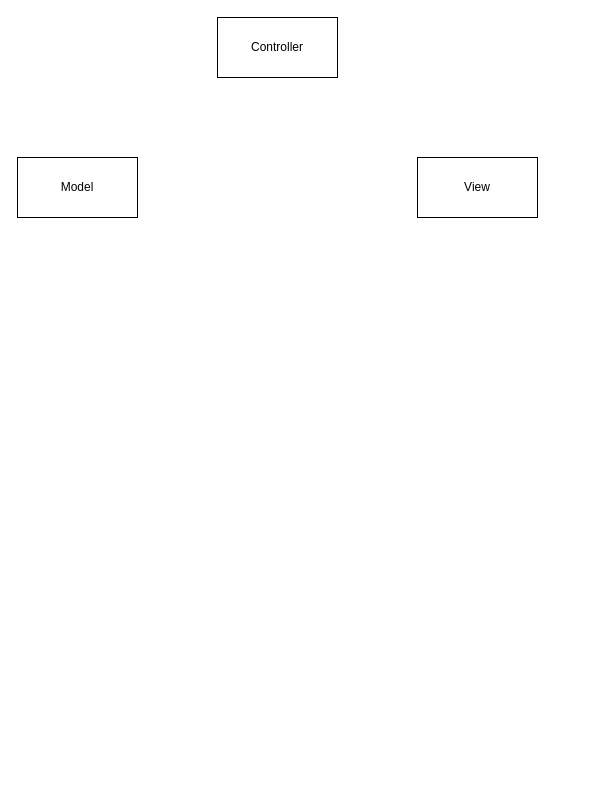
This is FitnessAppArchitecture.drawio from Matasem-h/SimpleFlowcharts, a draw.io file, before an edit. Source tidied: cells renumbered, new cells numbered last; positions are measured from the earlier drawing's top-left corner, leaving out a move shared by most shapes. Both pictures are drawn from the tidied source at 100%, with x=0, y=0 at pixel (17, 17).
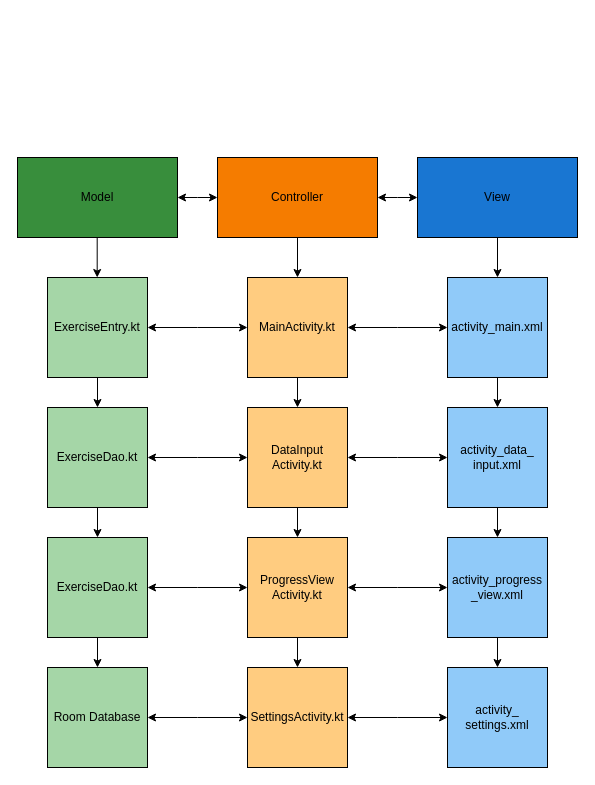
After the change.

What changed in the source:
```diff
@@
-    <mxCell id="2" value="Model" style="rounded=0;whiteSpace=wrap;html=1;" parent="1" vertex="1">
-      <mxGeometry y="140" width="120" height="60" as="geometry" />
+    <mxCell id="2" value="Model" style="rounded=0;whiteSpace=wrap;html=1;fillColor=light-dark(#388E3C,#388E3C);" parent="1" vertex="1">
+      <mxGeometry y="140" width="160" height="80" as="geometry" />
     </mxCell>
+    <mxCell id="5" style="edgeStyle=orthogonalEdgeStyle;rounded=0;jettySize=auto;html=1;" parent="1" edge="1" source="3" target="16">
+      <mxGeometry relative="1" as="geometry" />
+    </mxCell>
-    <mxCell id="3" value="View" style="rounded=0;whiteSpace=wrap;html=1;" parent="1" vertex="1">
-      <mxGeometry x="400" y="140" width="120" height="60" as="geometry" />
+    <mxCell id="3" value="View" style="rounded=0;whiteSpace=wrap;html=1;fillColor=light-dark(#1976D2,#1976D2);" parent="1" vertex="1">
+      <mxGeometry x="400" y="140" width="160" height="80" as="geometry" />
     </mxCell>
+    <mxCell id="6" style="edgeStyle=orthogonalEdgeStyle;rounded=0;jettySize=auto;html=1;" parent="1" edge="1" source="4" target="23">
+      <mxGeometry relative="1" as="geometry" />
+    </mxCell>
-    <mxCell id="4" value="Controller" style="rounded=0;whiteSpace=wrap;html=1;" parent="1" vertex="1">
-      <mxGeometry x="200" width="120" height="60" as="geometry" />
+    <mxCell id="4" value="Controller" style="rounded=0;whiteSpace=wrap;html=1;fillColor=light-dark(#F57C00,#F57C00);" parent="1" vertex="1">
+      <mxGeometry x="200" y="140" width="160" height="80" as="geometry" />
     </mxCell>
+    <mxCell id="7" style="edgeStyle=orthogonalEdgeStyle;rounded=0;jettySize=auto;html=1;" parent="1" edge="1" source="8" target="11">
+      <mxGeometry relative="1" as="geometry" />
+    </mxCell>
+    <mxCell id="8" value="ExerciseEntry.kt" style="whiteSpace=wrap;html=1;fillColor=light-dark(#A5D6A7,#A5D6A7);" parent="1" vertex="1">
+      <mxGeometry x="30" y="260" width="100" height="100" as="geometry" />
+    </mxCell>
+    <mxCell id="9" style="endArrow=classic;html=1;rounded=0;exitX=0.5;exitY=1;exitDx=0;exitDy=0;" parent="1" edge="1">
+      <mxGeometry relative="1" as="geometry">
+        <mxPoint x="79.7" y="220" as="sourcePoint" />
+        <mxPoint x="79.7" y="260" as="targetPoint" />
+      </mxGeometry>
+    </mxCell>
+    <mxCell id="10" style="edgeStyle=orthogonalEdgeStyle;rounded=0;jettySize=auto;html=1;" parent="1" edge="1" source="11" target="13">
+      <mxGeometry relative="1" as="geometry" />
+    </mxCell>
+    <mxCell id="11" value="ExerciseDao.kt" style="whiteSpace=wrap;html=1;fillColor=light-dark(#A5D6A7,#A5D6A7);" parent="1" vertex="1">
+      <mxGeometry x="30" y="390" width="100" height="100" as="geometry" />
+    </mxCell>
+    <mxCell id="12" style="edgeStyle=orthogonalEdgeStyle;rounded=0;jettySize=auto;html=1;" parent="1" edge="1" source="13" target="14">
+      <mxGeometry relative="1" as="geometry" />
+    </mxCell>
+    <mxCell id="13" value="ExerciseDao.kt" style="whiteSpace=wrap;html=1;fillColor=light-dark(#A5D6A7,#A5D6A7);" parent="1" vertex="1">
+      <mxGeometry x="30" y="520" width="100" height="100" as="geometry" />
+    </mxCell>
+    <mxCell id="14" value="Room Database" style="whiteSpace=wrap;html=1;fillColor=light-dark(#A5D6A7,#A5D6A7);" parent="1" vertex="1">
+      <mxGeometry x="30" y="650" width="100" height="100" as="geometry" />
+    </mxCell>
+    <mxCell id="15" style="edgeStyle=orthogonalEdgeStyle;rounded=0;jettySize=auto;html=1;" parent="1" edge="1" source="16" target="18">
+      <mxGeometry relative="1" as="geometry" />
+    </mxCell>
+    <mxCell id="16" value="activity_main.xml" style="whiteSpace=wrap;html=1;fillColor=light-dark(#90CAF9,#90CAF9);" parent="1" vertex="1">
+      <mxGeometry x="430" y="260" width="100" height="100" as="geometry" />
+    </mxCell>
+    <mxCell id="17" style="edgeStyle=orthogonalEdgeStyle;rounded=0;jettySize=auto;html=1;" parent="1" edge="1" source="18" target="20">
+      <mxGeometry relative="1" as="geometry" />
+    </mxCell>
+    <mxCell id="18" value="activity_data_ input.xml" style="whiteSpace=wrap;html=1;fillColor=light-dark(#90CAF9,#90CAF9);" parent="1" vertex="1">
+      <mxGeometry x="430" y="390" width="100" height="100" as="geometry" />
+    </mxCell>
+    <mxCell id="19" style="edgeStyle=orthogonalEdgeStyle;rounded=0;jettySize=auto;html=1;" parent="1" edge="1" source="20" target="21">
+      <mxGeometry relative="1" as="geometry" />
+    </mxCell>
+    <mxCell id="20" value="activity_progress _view.xml" style="whiteSpace=wrap;html=1;fillColor=light-dark(#90CAF9,#90CAF9);" parent="1" vertex="1">
+      <mxGeometry x="430" y="520" width="100" height="100" as="geometry" />
+    </mxCell>
+    <mxCell id="21" value="activity_ settings.xml" style="whiteSpace=wrap;html=1;fillColor=light-dark(#90CAF9,#90CAF9);" parent="1" vertex="1">
+      <mxGeometry x="430" y="650" width="100" height="100" as="geometry" />
+    </mxCell>
+    <mxCell id="22" style="edgeStyle=orthogonalEdgeStyle;rounded=0;jettySize=auto;html=1;" parent="1" edge="1" source="23" target="25">
+      <mxGeometry relative="1" as="geometry" />
+    </mxCell>
+    <mxCell id="23" value="MainActivity.kt" style="whiteSpace=wrap;html=1;fillColor=light-dark(#FFCC80,#FFCC80);" parent="1" vertex="1">
+      <mxGeometry x="230" y="260" width="100" height="100" as="geometry" />
+    </mxCell>
+    <mxCell id="24" style="edgeStyle=orthogonalEdgeStyle;rounded=0;jettySize=auto;html=1;" parent="1" edge="1" source="25" target="27">
+      <mxGeometry relative="1" as="geometry" />
+    </mxCell>
+    <mxCell id="25" value="DataInput Activity.kt" style="whiteSpace=wrap;html=1;fillColor=light-dark(#FFCC80,#FFCC80);" parent="1" vertex="1">
+      <mxGeometry x="230" y="390" width="100" height="100" as="geometry" />
+    </mxCell>
+    <mxCell id="26" style="edgeStyle=orthogonalEdgeStyle;rounded=0;jettySize=auto;html=1;" parent="1" edge="1" source="27" target="28">
+      <mxGeometry relative="1" as="geometry" />
+    </mxCell>
+    <mxCell id="27" value="ProgressView Activity.kt" style="whiteSpace=wrap;html=1;fillColor=light-dark(#FFCC80,#FFCC80);" parent="1" vertex="1">
+      <mxGeometry x="230" y="520" width="100" height="100" as="geometry" />
+    </mxCell>
+    <mxCell id="28" value="SettingsActivity.kt" style="whiteSpace=wrap;html=1;fillColor=light-dark(#FFCC80,#FFCC80);" parent="1" vertex="1">
+      <mxGeometry x="230" y="650" width="100" height="100" as="geometry" />
+    </mxCell>
+    <mxCell id="29" style="edgeStyle=elbowEdgeStyle;rounded=0;elbow=vertical;html=1;labelBackgroundColor=#ffffff;startArrow=classic;startFill=1;startSize=6;endArrow=classic;endFill=1;endSize=6;jettySize=auto;strokeWidth=1;fontSize=14;entryX=0;entryY=0.5;entryDx=0;entryDy=0;exitX=1;exitY=0.5;exitDx=0;exitDy=0;" parent="1" edge="1" source="8" target="23">
+      <mxGeometry relative="1" as="geometry" />
+    </mxCell>
+    <mxCell id="30" style="edgeStyle=elbowEdgeStyle;rounded=0;elbow=vertical;html=1;labelBackgroundColor=#ffffff;startArrow=classic;startFill=1;startSize=6;endArrow=classic;endFill=1;endSize=6;jettySize=auto;strokeWidth=1;fontSize=14;entryX=0;entryY=0.5;entryDx=0;entryDy=0;exitX=1;exitY=0.5;exitDx=0;exitDy=0;" parent="1" edge="1" source="11" target="25">
+      <mxGeometry relative="1" as="geometry" />
+    </mxCell>
+    <mxCell id="31" style="edgeStyle=elbowEdgeStyle;rounded=0;elbow=vertical;html=1;labelBackgroundColor=#ffffff;startArrow=classic;startFill=1;startSize=6;endArrow=classic;endFill=1;endSize=6;jettySize=auto;strokeWidth=1;fontSize=14;entryX=0;entryY=0.5;entryDx=0;entryDy=0;exitX=1;exitY=0.5;exitDx=0;exitDy=0;" parent="1" edge="1" source="13" target="27">
+      <mxGeometry relative="1" as="geometry" />
+    </mxCell>
+    <mxCell id="32" style="edgeStyle=elbowEdgeStyle;rounded=0;elbow=vertical;html=1;labelBackgroundColor=#ffffff;startArrow=classic;startFill=1;startSize=6;endArrow=classic;endFill=1;endSize=6;jettySize=auto;strokeWidth=1;fontSize=14;entryX=0;entryY=0.5;entryDx=0;entryDy=0;exitX=1;exitY=0.5;exitDx=0;exitDy=0;" parent="1" edge="1" source="14" target="28">
+      <mxGeometry relative="1" as="geometry" />
+    </mxCell>
+    <mxCell id="33" style="edgeStyle=elbowEdgeStyle;rounded=0;elbow=vertical;html=1;labelBackgroundColor=#ffffff;startArrow=classic;startFill=1;startSize=6;endArrow=classic;endFill=1;endSize=6;jettySize=auto;strokeWidth=1;fontSize=14;entryX=0;entryY=0.5;entryDx=0;entryDy=0;exitX=1;exitY=0.5;exitDx=0;exitDy=0;" parent="1" edge="1" source="2" target="4">
+      <mxGeometry relative="1" as="geometry" />
+    </mxCell>
+    <mxCell id="34" style="edgeStyle=elbowEdgeStyle;rounded=0;elbow=vertical;html=1;labelBackgroundColor=#ffffff;startArrow=classic;startFill=1;startSize=6;endArrow=classic;endFill=1;endSize=6;jettySize=auto;strokeWidth=1;fontSize=14;entryX=0;entryY=0.5;entryDx=0;entryDy=0;exitX=1;exitY=0.5;exitDx=0;exitDy=0;" parent="1" edge="1" source="4" target="3">
+      <mxGeometry relative="1" as="geometry" />
+    </mxCell>
+    <mxCell id="35" style="edgeStyle=elbowEdgeStyle;rounded=0;elbow=vertical;html=1;labelBackgroundColor=#ffffff;startArrow=classic;startFill=1;startSize=6;endArrow=classic;endFill=1;endSize=6;jettySize=auto;strokeWidth=1;fontSize=14;entryX=0;entryY=0.5;entryDx=0;entryDy=0;exitX=1;exitY=0.5;exitDx=0;exitDy=0;" parent="1" edge="1" source="25" target="18">
+      <mxGeometry relative="1" as="geometry" />
+    </mxCell>
+    <mxCell id="36" style="edgeStyle=elbowEdgeStyle;rounded=0;elbow=vertical;html=1;labelBackgroundColor=#ffffff;startArrow=classic;startFill=1;startSize=6;endArrow=classic;endFill=1;endSize=6;jettySize=auto;strokeWidth=1;fontSize=14;entryX=0;entryY=0.5;entryDx=0;entryDy=0;exitX=1;exitY=0.5;exitDx=0;exitDy=0;" parent="1" edge="1" source="27" target="20">
+      <mxGeometry relative="1" as="geometry" />
+    </mxCell>
+    <mxCell id="37" style="edgeStyle=elbowEdgeStyle;rounded=0;elbow=vertical;html=1;labelBackgroundColor=#ffffff;startArrow=classic;startFill=1;startSize=6;endArrow=classic;endFill=1;endSize=6;jettySize=auto;strokeWidth=1;fontSize=14;entryX=0;entryY=0.5;entryDx=0;entryDy=0;exitX=1;exitY=0.5;exitDx=0;exitDy=0;" parent="1" edge="1" source="23" target="16">
+      <mxGeometry relative="1" as="geometry" />
+    </mxCell>
+    <mxCell id="38" style="edgeStyle=elbowEdgeStyle;rounded=0;elbow=vertical;html=1;labelBackgroundColor=#ffffff;startArrow=classic;startFill=1;startSize=6;endArrow=classic;endFill=1;endSize=6;jettySize=auto;strokeWidth=1;fontSize=14;entryX=0;entryY=0.5;entryDx=0;entryDy=0;exitX=1;exitY=0.5;exitDx=0;exitDy=0;" parent="1" edge="1" source="28" target="21">
+      <mxGeometry relative="1" as="geometry" />
+    </mxCell>
```
